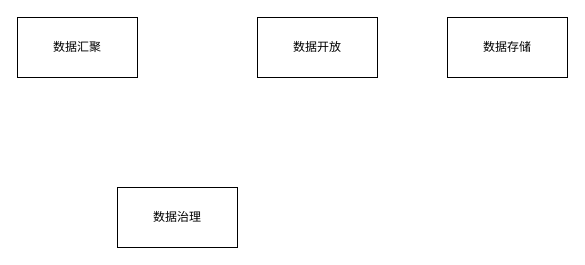
The draw.io diagram 城市大脑.drawio in z-cloud-z/draw, before the edit. Source tidied: cells renumbered, new cells numbered last; positions are measured from the earlier drawing's top-left corner, leaving out a move shared by most shapes. Both pictures are drawn from the tidied source at 100%, with x=0, y=0 at pixel (17, 17).
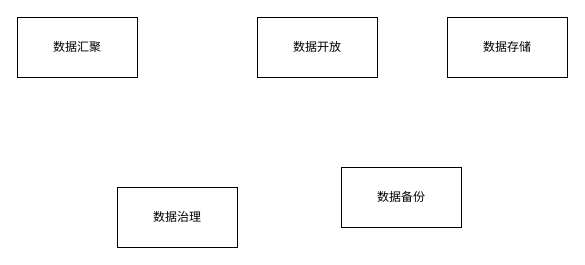
The same page after the edit.

Commit message (it also covers changes not shown here):
更新城市大脑.drawio

Change to the diagram source:
```diff
@@
 <mxGraphModel>
   <root>
     <mxCell id="0" />
     <mxCell id="1" parent="0" />
     <mxCell id="2" value="数据汇聚" style="rounded=0;whiteSpace=wrap;html=1;" parent="1" vertex="1">
       <mxGeometry width="120" height="60" as="geometry" />
     </mxCell>
     <mxCell id="3" value="数据开放" style="rounded=0;whiteSpace=wrap;html=1;" parent="1" vertex="1">
       <mxGeometry x="240" width="120" height="60" as="geometry" />
     </mxCell>
     <mxCell id="4" value="数据存储" style="rounded=0;whiteSpace=wrap;html=1;" parent="1" vertex="1">
       <mxGeometry x="430" width="120" height="60" as="geometry" />
     </mxCell>
     <mxCell id="5" value="数据治理" style="rounded=0;whiteSpace=wrap;html=1;" parent="1" vertex="1">
       <mxGeometry x="100" y="170" width="120" height="60" as="geometry" />
     </mxCell>
+    <mxCell id="6" value="数据备份" style="rounded=0;whiteSpace=wrap;html=1;" parent="1" vertex="1">
+      <mxGeometry x="324" y="150" width="120" height="60" as="geometry" />
+    </mxCell>
   </root>
 </mxGraphModel>
```
